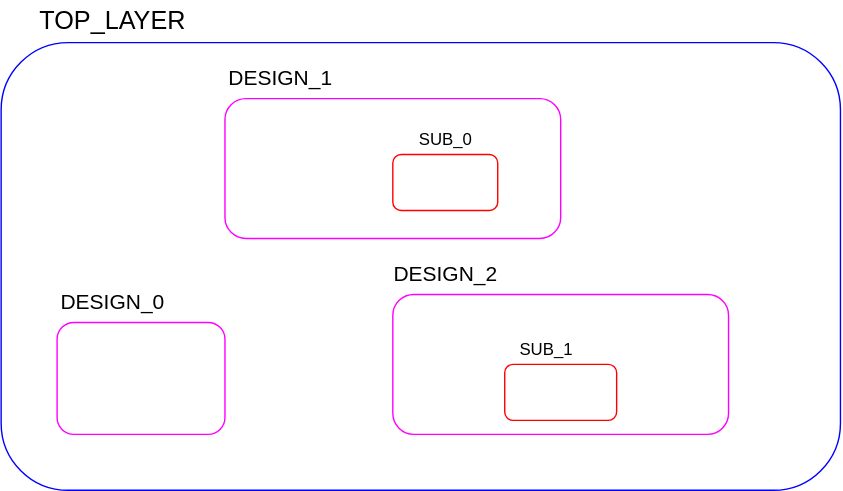
The draw.io diagram figures/dark-mode/helper_functions/get_hierarchy.drawio.svg in AlbertHansen/TripleModularRedundancyTool_developer_guide, before a commit. Source tidied: cells renumbered, new cells last; positions are measured from the earlier drawing's top-left corner, leaving out a move shared by most shapes. The source it was exported from:
```xml
<mxGraphModel>
  <root>
    <mxCell id="0" />
    <mxCell id="1" parent="0" />
    <mxCell id="2" style="rounded=1;whiteSpace=wrap;html=1;fillColor=none;strokeColor=#0000FF;" parent="1" vertex="1">
      <mxGeometry y="30" width="600" height="320" as="geometry" />
    </mxCell>
    <mxCell id="3" style="rounded=1;whiteSpace=wrap;html=1;fillColor=none;strokeColor=#FF00FF;" parent="1" vertex="1">
      <mxGeometry x="160" y="70" width="240" height="100" as="geometry" />
    </mxCell>
    <mxCell id="4" style="rounded=1;whiteSpace=wrap;html=1;fillColor=none;strokeColor=#FF00FF;" parent="1" vertex="1">
      <mxGeometry x="280" y="210" width="240" height="100" as="geometry" />
    </mxCell>
    <mxCell id="5" style="rounded=1;whiteSpace=wrap;html=1;fillColor=none;strokeColor=#FF00FF;" parent="1" vertex="1">
      <mxGeometry x="40" y="230" width="120" height="80" as="geometry" />
    </mxCell>
    <mxCell id="6" value="TOP_LAYER" style="text;html=1;strokeColor=none;fillColor=none;align=center;verticalAlign=middle;whiteSpace=wrap;rounded=0;fontSize=18;" parent="1" vertex="1">
      <mxGeometry x="40" width="80" height="30" as="geometry" />
    </mxCell>
    <mxCell id="7" style="rounded=1;whiteSpace=wrap;html=1;fillColor=none;strokeColor=#FF0000;" parent="1" vertex="1">
      <mxGeometry x="280" y="110" width="75" height="40" as="geometry" />
    </mxCell>
    <mxCell id="8" style="rounded=1;whiteSpace=wrap;html=1;fillColor=none;strokeColor=#FF0000;" parent="1" vertex="1">
      <mxGeometry x="360" y="260" width="80" height="40" as="geometry" />
    </mxCell>
    <mxCell id="9" value="DESIGN_0" style="text;html=1;strokeColor=none;fillColor=none;align=center;verticalAlign=middle;whiteSpace=wrap;rounded=0;fontSize=15;" parent="1" vertex="1">
      <mxGeometry x="50" y="200" width="60" height="30" as="geometry" />
    </mxCell>
    <mxCell id="10" value="DESIGN_1" style="text;html=1;strokeColor=none;fillColor=none;align=center;verticalAlign=middle;whiteSpace=wrap;rounded=0;fontSize=15;" parent="1" vertex="1">
      <mxGeometry x="170" y="40" width="60" height="30" as="geometry" />
    </mxCell>
    <mxCell id="11" value="DESIGN_2" style="text;html=1;strokeColor=none;fillColor=none;align=center;verticalAlign=middle;whiteSpace=wrap;rounded=0;fontSize=15;" parent="1" vertex="1">
      <mxGeometry x="287.5" y="180" width="60" height="30" as="geometry" />
    </mxCell>
    <mxCell id="12" value="SUB_0" style="text;html=1;strokeColor=none;fillColor=none;align=center;verticalAlign=middle;whiteSpace=wrap;rounded=0;" parent="1" vertex="1">
      <mxGeometry x="287.5" y="90" width="60" height="20" as="geometry" />
    </mxCell>
    <mxCell id="13" value="SUB_1" style="text;html=1;strokeColor=none;fillColor=none;align=center;verticalAlign=middle;whiteSpace=wrap;rounded=0;" parent="1" vertex="1">
      <mxGeometry x="360" y="240" width="60" height="20" as="geometry" />
    </mxCell>
  </root>
</mxGraphModel>
```
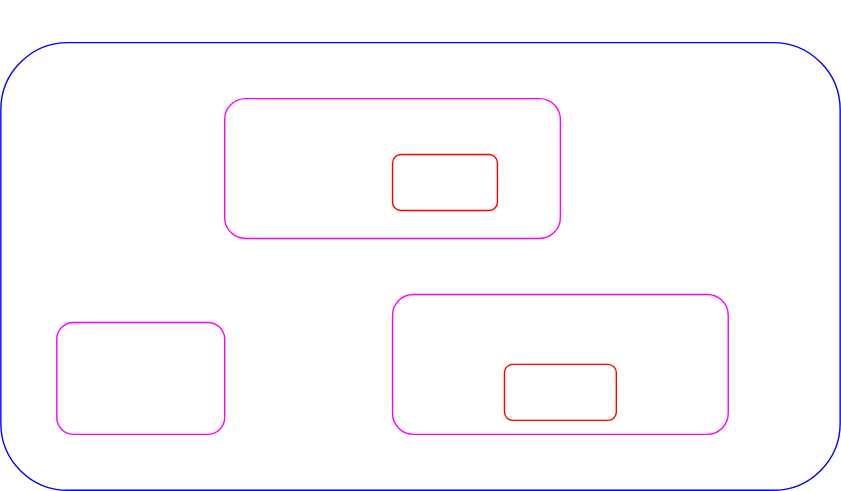
After the change.

Change to the diagram source:
```diff
@@ -2,40 +2,40 @@
   <root>
     <mxCell id="0" />
     <mxCell id="1" parent="0" />
-    <mxCell id="2" style="rounded=1;whiteSpace=wrap;html=1;fillColor=none;strokeColor=#0000FF;" parent="1" vertex="1">
+    <mxCell id="2" style="rounded=1;whiteSpace=wrap;html=1;fillColor=none;strokeColor=#0000FF;fontColor=#FFFFFF;" parent="1" vertex="1">
       <mxGeometry y="30" width="600" height="320" as="geometry" />
     </mxCell>
-    <mxCell id="3" style="rounded=1;whiteSpace=wrap;html=1;fillColor=none;strokeColor=#FF00FF;" parent="1" vertex="1">
+    <mxCell id="3" style="rounded=1;whiteSpace=wrap;html=1;fillColor=none;strokeColor=#FF00FF;fontColor=#FFFFFF;" parent="1" vertex="1">
       <mxGeometry x="160" y="70" width="240" height="100" as="geometry" />
     </mxCell>
-    <mxCell id="4" style="rounded=1;whiteSpace=wrap;html=1;fillColor=none;strokeColor=#FF00FF;" parent="1" vertex="1">
+    <mxCell id="4" style="rounded=1;whiteSpace=wrap;html=1;fillColor=none;strokeColor=#FF00FF;fontColor=#FFFFFF;" parent="1" vertex="1">
       <mxGeometry x="280" y="210" width="240" height="100" as="geometry" />
     </mxCell>
-    <mxCell id="5" style="rounded=1;whiteSpace=wrap;html=1;fillColor=none;strokeColor=#FF00FF;" parent="1" vertex="1">
+    <mxCell id="5" style="rounded=1;whiteSpace=wrap;html=1;fillColor=none;strokeColor=#FF00FF;fontColor=#FFFFFF;" parent="1" vertex="1">
       <mxGeometry x="40" y="230" width="120" height="80" as="geometry" />
     </mxCell>
-    <mxCell id="6" value="TOP_LAYER" style="text;html=1;strokeColor=none;fillColor=none;align=center;verticalAlign=middle;whiteSpace=wrap;rounded=0;fontSize=18;" parent="1" vertex="1">
+    <mxCell id="6" value="TOP_LAYER" style="text;html=1;strokeColor=none;fillColor=none;align=center;verticalAlign=middle;whiteSpace=wrap;rounded=0;fontSize=18;fontColor=#FFFFFF;" parent="1" vertex="1">
       <mxGeometry x="40" width="80" height="30" as="geometry" />
     </mxCell>
-    <mxCell id="7" style="rounded=1;whiteSpace=wrap;html=1;fillColor=none;strokeColor=#FF0000;" parent="1" vertex="1">
+    <mxCell id="7" style="rounded=1;whiteSpace=wrap;html=1;fillColor=none;strokeColor=#FF0000;fontColor=#FFFFFF;" parent="1" vertex="1">
       <mxGeometry x="280" y="110" width="75" height="40" as="geometry" />
     </mxCell>
-    <mxCell id="8" style="rounded=1;whiteSpace=wrap;html=1;fillColor=none;strokeColor=#FF0000;" parent="1" vertex="1">
+    <mxCell id="8" style="rounded=1;whiteSpace=wrap;html=1;fillColor=none;strokeColor=#FF0000;fontColor=#FFFFFF;" parent="1" vertex="1">
       <mxGeometry x="360" y="260" width="80" height="40" as="geometry" />
     </mxCell>
-    <mxCell id="9" value="DESIGN_0" style="text;html=1;strokeColor=none;fillColor=none;align=center;verticalAlign=middle;whiteSpace=wrap;rounded=0;fontSize=15;" parent="1" vertex="1">
+    <mxCell id="9" value="DESIGN_0" style="text;html=1;strokeColor=none;fillColor=none;align=center;verticalAlign=middle;whiteSpace=wrap;rounded=0;fontSize=15;fontColor=#FFFFFF;" parent="1" vertex="1">
       <mxGeometry x="50" y="200" width="60" height="30" as="geometry" />
     </mxCell>
-    <mxCell id="10" value="DESIGN_1" style="text;html=1;strokeColor=none;fillColor=none;align=center;verticalAlign=middle;whiteSpace=wrap;rounded=0;fontSize=15;" parent="1" vertex="1">
+    <mxCell id="10" value="DESIGN_1" style="text;html=1;strokeColor=none;fillColor=none;align=center;verticalAlign=middle;whiteSpace=wrap;rounded=0;fontSize=15;fontColor=#FFFFFF;" parent="1" vertex="1">
       <mxGeometry x="170" y="40" width="60" height="30" as="geometry" />
     </mxCell>
-    <mxCell id="11" value="DESIGN_2" style="text;html=1;strokeColor=none;fillColor=none;align=center;verticalAlign=middle;whiteSpace=wrap;rounded=0;fontSize=15;" parent="1" vertex="1">
+    <mxCell id="11" value="DESIGN_2" style="text;html=1;strokeColor=none;fillColor=none;align=center;verticalAlign=middle;whiteSpace=wrap;rounded=0;fontSize=15;fontColor=#FFFFFF;" parent="1" vertex="1">
       <mxGeometry x="287.5" y="180" width="60" height="30" as="geometry" />
     </mxCell>
-    <mxCell id="12" value="SUB_0" style="text;html=1;strokeColor=none;fillColor=none;align=center;verticalAlign=middle;whiteSpace=wrap;rounded=0;" parent="1" vertex="1">
+    <mxCell id="12" value="SUB_0" style="text;html=1;strokeColor=none;fillColor=none;align=center;verticalAlign=middle;whiteSpace=wrap;rounded=0;fontColor=#FFFFFF;" parent="1" vertex="1">
       <mxGeometry x="287.5" y="90" width="60" height="20" as="geometry" />
     </mxCell>
-    <mxCell id="13" value="SUB_1" style="text;html=1;strokeColor=none;fillColor=none;align=center;verticalAlign=middle;whiteSpace=wrap;rounded=0;" parent="1" vertex="1">
+    <mxCell id="13" value="SUB_1" style="text;html=1;strokeColor=none;fillColor=none;align=center;verticalAlign=middle;whiteSpace=wrap;rounded=0;fontColor=#FFFFFF;" parent="1" vertex="1">
       <mxGeometry x="360" y="240" width="60" height="20" as="geometry" />
     </mxCell>
   </root>
```
